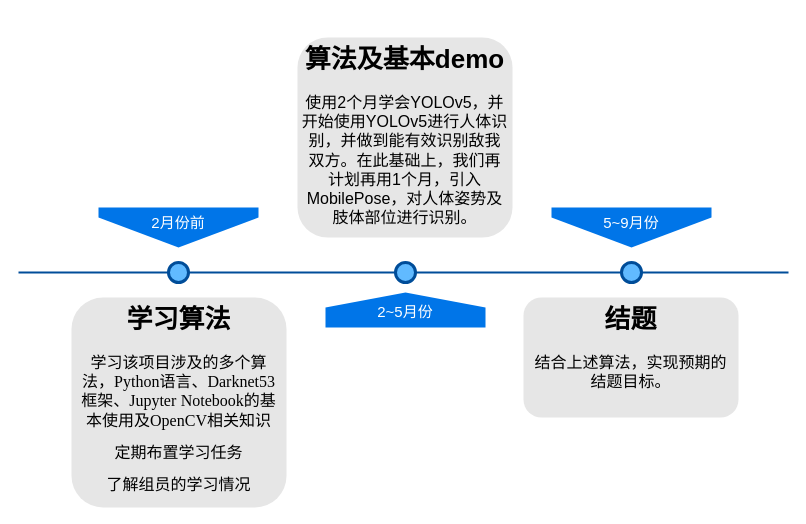
MoveCloudROY/draw keeps this draw.io diagram as what.drawio. Above is the earlier version. Source tidied: cells renumbered, new cells numbered last; positions are measured from the earlier drawing's top-left corner, leaving out a move shared by most shapes. Both pictures are drawn from the tidied source at 100%, with x=0, y=0 at pixel (18, 37).
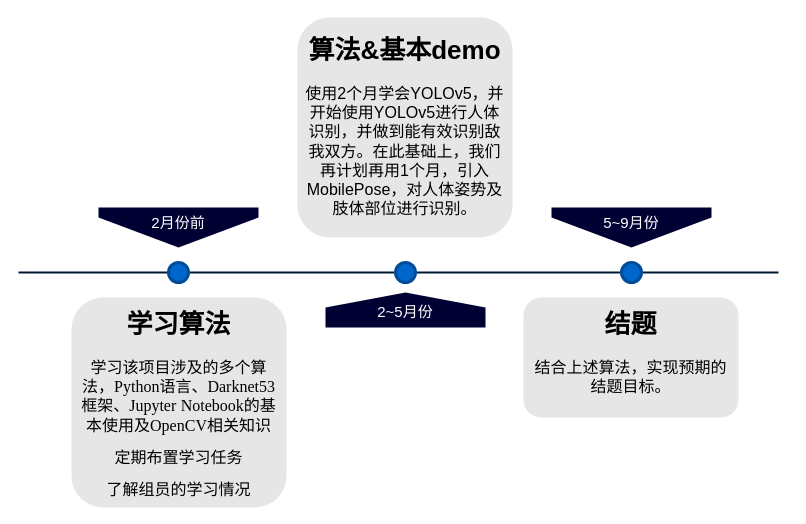
Above is the later version.

Diff of the diagram source:
```diff
@@
 <mxGraphModel>
   <root>
     <mxCell id="0" />
     <mxCell id="1" parent="0" />
-    <mxCell id="2" style="line;strokeWidth=2;html=1;fillColor=none;fontSize=28;fontColor=#004D99;strokeColor=#004D99;" parent="1" vertex="1">
-      <mxGeometry y="230" width="770" height="10" as="geometry" />
+    <mxCell id="2" style="line;strokeWidth=2;html=1;fillColor=none;fontSize=28;fontColor=#004D99;strokeColor=#001933;" parent="1" vertex="1">
+      <mxGeometry y="230" width="760" height="10" as="geometry" />
     </mxCell>
-    <mxCell id="3" value="2月份前" style="shape=offPageConnector;whiteSpace=wrap;html=1;fillColor=#0075E8;fontSize=15;fontColor=#FFFFFF;size=0.75;verticalAlign=top;strokeColor=none;" parent="1" vertex="1">
+    <mxCell id="3" value="2月份前" style="shape=offPageConnector;whiteSpace=wrap;html=1;fillColor=#000033;fontSize=15;fontColor=#FFFFFF;size=0.75;verticalAlign=top;strokeColor=none;labelBorderColor=none;" parent="1" vertex="1">
       <mxGeometry x="80" y="170" width="160" height="40" as="geometry" />
     </mxCell>
-    <mxCell id="4" value="&lt;span&gt;5~9月份&lt;/span&gt;" style="shape=offPageConnector;whiteSpace=wrap;html=1;fillColor=#0075E8;fontSize=15;fontColor=#FFFFFF;size=0.75;verticalAlign=top;strokeColor=none;" parent="1" vertex="1">
+    <mxCell id="4" value="&lt;span&gt;5~9月份&lt;/span&gt;" style="shape=offPageConnector;whiteSpace=wrap;html=1;fillColor=#000033;fontSize=15;fontColor=#FFFFFF;size=0.75;verticalAlign=top;strokeColor=none;" parent="1" vertex="1">
       <mxGeometry x="533" y="170" width="160" height="40" as="geometry" />
     </mxCell>
-    <mxCell id="5" value="&lt;span&gt;2~5月份&lt;/span&gt;" style="shape=offPageConnector;whiteSpace=wrap;html=1;fillColor=#0075E8;fontSize=15;fontColor=#FFFFFF;size=0.42857142857142855;flipV=1;verticalAlign=bottom;strokeColor=none;spacingBottom=4;" parent="1" vertex="1">
+    <mxCell id="5" value="&lt;span&gt;2~5月份&lt;/span&gt;" style="shape=offPageConnector;whiteSpace=wrap;html=1;fillColor=#000033;fontSize=15;fontColor=#FFFFFF;size=0.42857142857142855;flipV=1;verticalAlign=bottom;strokeColor=none;spacingBottom=4;" parent="1" vertex="1">
       <mxGeometry x="307" y="255" width="160" height="35" as="geometry" />
     </mxCell>
-    <mxCell id="6" style="ellipse;whiteSpace=wrap;html=1;fillColor=#61BAFF;fontSize=28;fontColor=#004D99;strokeWidth=3;strokeColor=#004D99;" parent="1" vertex="1">
+    <mxCell id="6" style="ellipse;whiteSpace=wrap;html=1;fillColor=#0066CC;fontSize=28;fontColor=#004D99;strokeWidth=3;strokeColor=#004C99;" parent="1" vertex="1">
       <mxGeometry x="150" y="225" width="20" height="20" as="geometry" />
     </mxCell>
-    <mxCell id="7" style="ellipse;whiteSpace=wrap;html=1;fillColor=#61BAFF;fontSize=28;fontColor=#004D99;strokeWidth=3;strokeColor=#004D99;" parent="1" vertex="1">
+    <mxCell id="7" style="ellipse;whiteSpace=wrap;html=1;fillColor=#0066CC;fontSize=28;fontColor=#004D99;strokeWidth=3;strokeColor=#004C99;" parent="1" vertex="1">
       <mxGeometry x="377" y="225" width="20" height="20" as="geometry" />
     </mxCell>
-    <mxCell id="8" style="ellipse;whiteSpace=wrap;html=1;fillColor=#61BAFF;fontSize=28;fontColor=#004D99;strokeWidth=3;strokeColor=#004D99;" parent="1" vertex="1">
+    <mxCell id="8" style="ellipse;whiteSpace=wrap;html=1;fillColor=#0066CC;fontSize=28;fontColor=#004D99;strokeWidth=3;strokeColor=#004C99;" parent="1" vertex="1">
       <mxGeometry x="603" y="225" width="20" height="20" as="geometry" />
     </mxCell>
-    <mxCell id="9" value="&lt;h1&gt;学习算法&lt;/h1&gt;&lt;p&gt;&lt;span style=&quot;font-size: 12pt&quot;&gt;学习该项目涉及的多个算法，&lt;/span&gt;&lt;span lang=&quot;EN-US&quot; style=&quot;font-size: 12pt ; font-family: &amp;#34;times new roman&amp;#34; , serif&quot;&gt;Python&lt;/span&gt;&lt;span style=&quot;font-size: 12pt&quot;&gt;语言、&lt;/span&gt;&lt;span lang=&quot;EN-US&quot; style=&quot;font-size: 12pt ; font-family: &amp;#34;times new roman&amp;#34; , serif&quot;&gt;Darknet53&lt;/span&gt;&lt;span style=&quot;font-size: 12pt&quot;&gt;框架、&lt;/span&gt;&lt;span lang=&quot;EN-US&quot; style=&quot;font-size: 12pt ; font-family: &amp;#34;times new roman&amp;#34; , serif&quot;&gt;Jupyter&lt;/span&gt;&lt;span lang=&quot;EN-US&quot; style=&quot;font-size: 12pt&quot;&gt; &lt;/span&gt;&lt;span lang=&quot;EN-US&quot; style=&quot;font-size: 12pt ; font-family: &amp;#34;times new roman&amp;#34; , serif&quot;&gt;Notebook&lt;/span&gt;&lt;span style=&quot;font-size: 12pt&quot;&gt;的基本使用及&lt;/span&gt;&lt;span lang=&quot;EN-US&quot; style=&quot;font-size: 12pt ; font-family: &amp;#34;times new roman&amp;#34; , serif&quot;&gt;OpenCV&lt;/span&gt;&lt;span style=&quot;font-size: 12pt&quot;&gt;相关知识&lt;/span&gt;&lt;/p&gt;&lt;p&gt;&lt;span style=&quot;font-size: 12pt&quot;&gt;定期布置学习任务&lt;/span&gt;&lt;/p&gt;&lt;p&gt;&lt;span style=&quot;font-size: 12pt&quot;&gt;了解组员的学习情况&lt;/span&gt;&lt;span style=&quot;font-size: 12pt&quot;&gt;&lt;br&gt;&lt;/span&gt;&lt;/p&gt;" style="text;html=1;spacing=5;spacingTop=-20;whiteSpace=wrap;overflow=hidden;strokeColor=none;strokeWidth=3;fillColor=#E6E6E6;fontSize=13;fontColor=#000000;align=center;rounded=1;" parent="1" vertex="1">
+    <mxCell id="9" value="&lt;h1&gt;学习算法&lt;/h1&gt;&lt;p&gt;&lt;span style=&quot;font-size: 12pt&quot;&gt;学习该项目涉及的多个算法，&lt;/span&gt;&lt;span lang=&quot;EN-US&quot; style=&quot;font-size: 12pt ; font-family: &amp;#34;times new roman&amp;#34; , serif&quot;&gt;Python&lt;/span&gt;&lt;span style=&quot;font-size: 12pt&quot;&gt;语言、&lt;/span&gt;&lt;span lang=&quot;EN-US&quot; style=&quot;font-size: 12pt ; font-family: &amp;#34;times new roman&amp;#34; , serif&quot;&gt;Darknet53&lt;/span&gt;&lt;span style=&quot;font-size: 12pt&quot;&gt;框架、&lt;/span&gt;&lt;span lang=&quot;EN-US&quot; style=&quot;font-size: 12pt ; font-family: &amp;#34;times new roman&amp;#34; , serif&quot;&gt;Jupyter&lt;/span&gt;&lt;span lang=&quot;EN-US&quot; style=&quot;font-size: 12pt&quot;&gt; &lt;/span&gt;&lt;span lang=&quot;EN-US&quot; style=&quot;font-size: 12pt ; font-family: &amp;#34;times new roman&amp;#34; , serif&quot;&gt;Notebook&lt;/span&gt;&lt;span style=&quot;font-size: 12pt&quot;&gt;的基本使用及&lt;/span&gt;&lt;span lang=&quot;EN-US&quot; style=&quot;font-size: 12pt ; font-family: &amp;#34;times new roman&amp;#34; , serif&quot;&gt;OpenCV&lt;/span&gt;&lt;span style=&quot;font-size: 12pt&quot;&gt;相关知识&lt;/span&gt;&lt;/p&gt;&lt;p&gt;&lt;span style=&quot;font-size: 12pt&quot;&gt;定期布置学习任务&lt;/span&gt;&lt;/p&gt;&lt;p&gt;&lt;span style=&quot;font-size: 12pt&quot;&gt;了解组员的学习情况&lt;/span&gt;&lt;span style=&quot;font-size: 12pt&quot;&gt;&lt;br&gt;&lt;/span&gt;&lt;/p&gt;" style="text;html=1;spacing=5;spacingTop=-15;whiteSpace=wrap;overflow=hidden;strokeColor=none;strokeWidth=3;fillColor=#E6E6E6;fontSize=13;fontColor=#000000;align=center;rounded=1;" parent="1" vertex="1">
       <mxGeometry x="53" y="260" width="215" height="210" as="geometry" />
     </mxCell>
-    <mxCell id="10" value="&lt;h1&gt;算法及基本demo&lt;/h1&gt;&lt;p&gt;&lt;font style=&quot;font-size: 16px&quot;&gt;使用2个月学会YOLOv5，并开始使用YOLOv5进行人体识别，并做到能有效识别敌我双方。在此基础上，我们再计划再用1个月，引入MobilePose，对人体姿势及肢体部位进行识别。&lt;/font&gt;&lt;/p&gt;" style="text;html=1;spacing=5;spacingTop=-20;whiteSpace=wrap;overflow=hidden;strokeColor=none;strokeWidth=3;fillColor=#E6E6E6;fontSize=13;fontColor=#000000;align=center;rounded=1;" parent="1" vertex="1">
-      <mxGeometry x="279" width="215" height="200" as="geometry" />
+    <mxCell id="10" value="&lt;h1&gt;算法&amp;amp;基本demo&lt;/h1&gt;&lt;p&gt;&lt;font style=&quot;font-size: 16px&quot;&gt;使用2个月学会YOLOv5，并开始使用YOLOv5进行人体识别，并做到能有效识别敌我双方。在此基础上，我们再计划再用1个月，引入MobilePose，对人体姿势及肢体部位进行识别。&lt;/font&gt;&lt;/p&gt;" style="text;html=1;spacing=5;spacingTop=-9;whiteSpace=wrap;overflow=hidden;strokeColor=none;strokeWidth=3;fillColor=#E6E6E6;fontSize=13;fontColor=#000000;align=center;rounded=1;spacingLeft=2;spacingRight=2;" parent="1" vertex="1">
+      <mxGeometry x="279" y="-20" width="215" height="220" as="geometry" />
     </mxCell>
-    <mxCell id="11" value="&lt;h1&gt;结题&lt;/h1&gt;&lt;div&gt;&lt;font style=&quot;font-size: 16px&quot;&gt;结合上述算法，实现预期的结题目标。&lt;/font&gt;&lt;br&gt;&lt;/div&gt;" style="text;html=1;spacing=5;spacingTop=-20;whiteSpace=wrap;overflow=hidden;strokeColor=none;strokeWidth=3;fillColor=#E6E6E6;fontSize=13;fontColor=#000000;align=center;rounded=1;" parent="1" vertex="1">
+    <mxCell id="11" value="&lt;h1&gt;结题&lt;/h1&gt;&lt;div&gt;&lt;font style=&quot;font-size: 16px&quot;&gt;结合上述算法，实现预期的结题目标。&lt;/font&gt;&lt;br&gt;&lt;/div&gt;" style="text;html=1;spacing=5;spacingTop=-15;whiteSpace=wrap;overflow=hidden;strokeColor=none;strokeWidth=3;fillColor=#E6E6E6;fontSize=13;fontColor=#000000;align=center;rounded=1;" parent="1" vertex="1">
       <mxGeometry x="505" y="260" width="215" height="120" as="geometry" />
     </mxCell>
   </root>
 </mxGraphModel>
```
